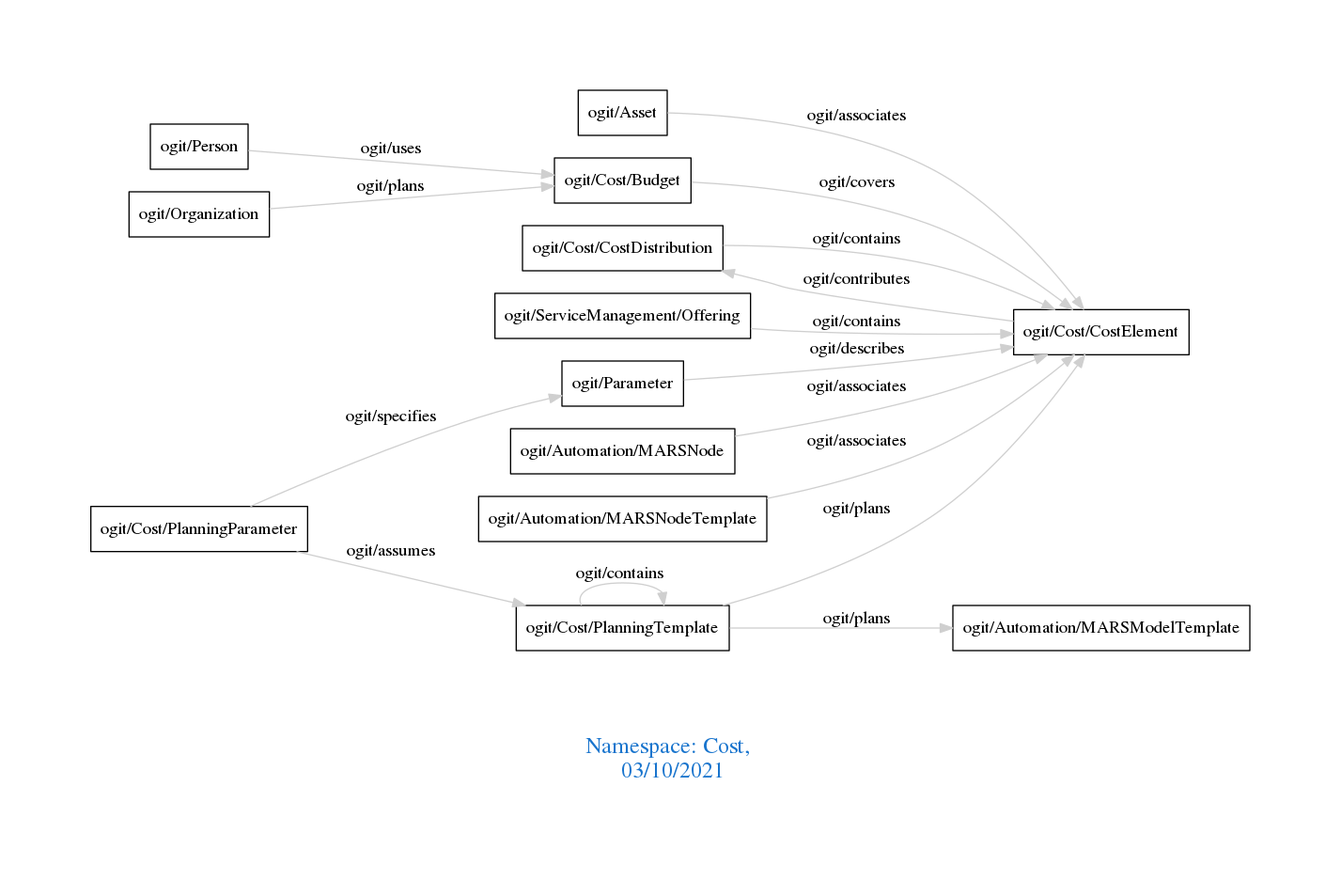
arago/OGIT keeps this Graphviz diagram as downloads/Cost.png. Above is the earlier version. Its source is kept beside it as downloads/Cost.dot.
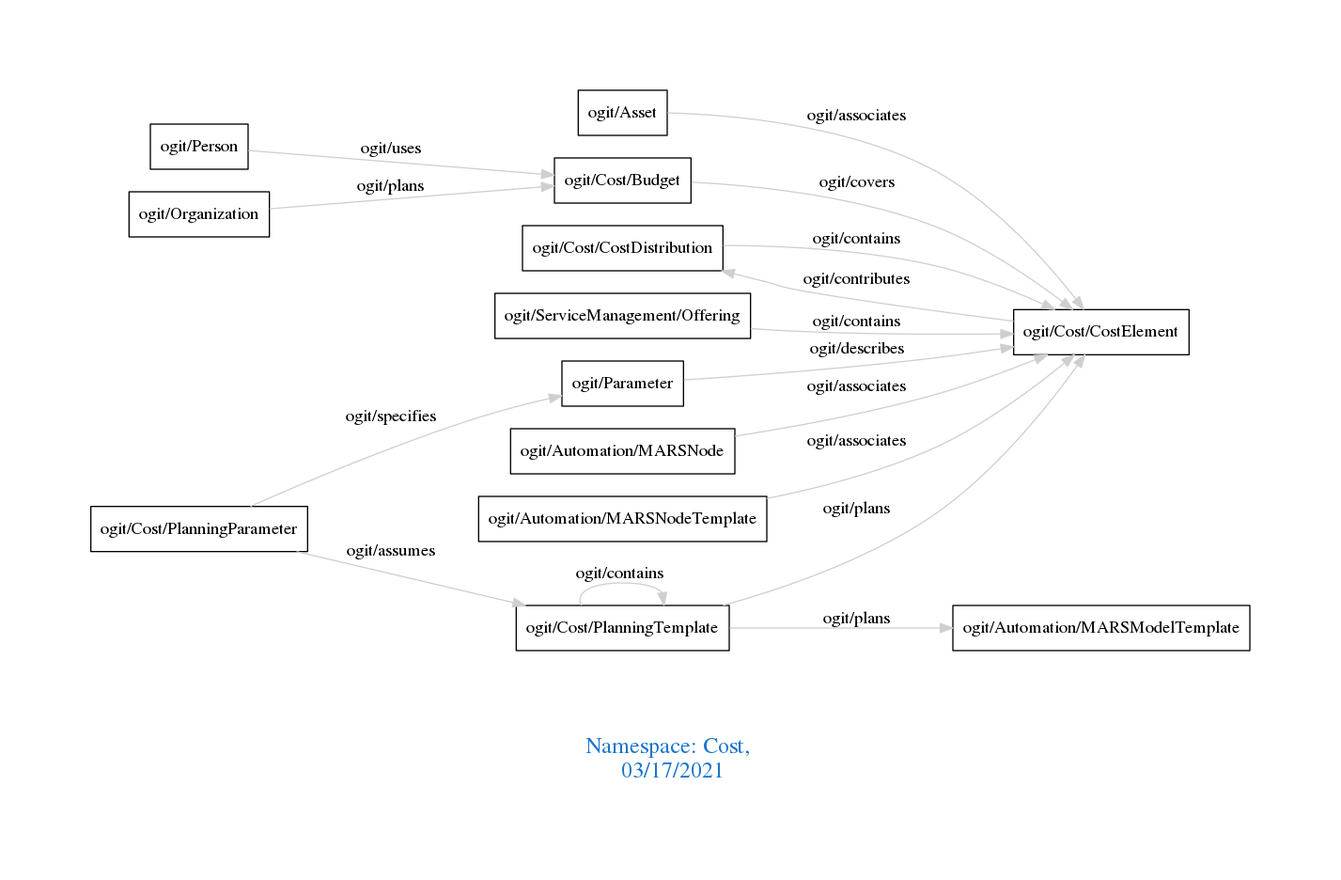
After the change.

What changed in the source:
```diff
@@ -1,7 +1,7 @@
 digraph OGIT_ontology {
  graph [ rankdir= LR,pad=1
 fontsize = 18,
-fontcolor= dodgerblue3,label = "\n\n\nNamespace: Cost, \n 03/10/2021"];
+fontcolor= dodgerblue3,label = "\n\n\nNamespace: Cost, \n 03/17/2021"];
 node[shape=polygon];
 edge [  color="gray81"];
 
```
